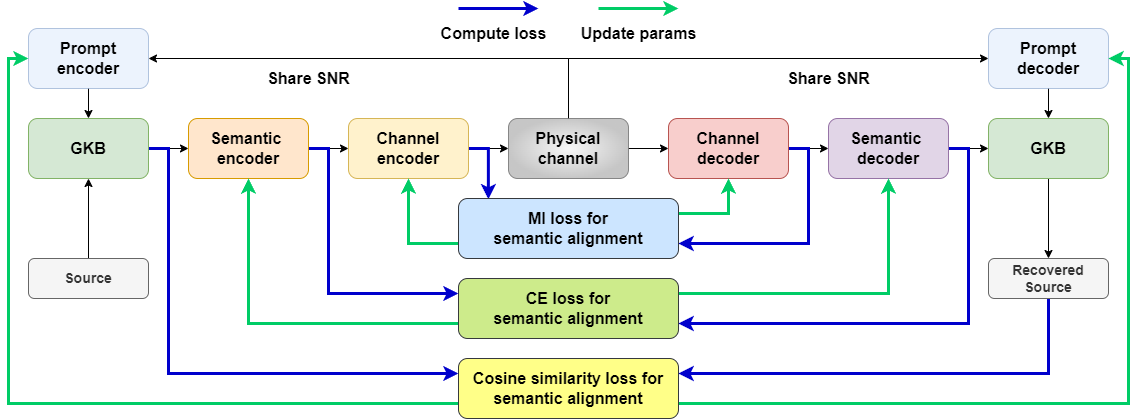
Above: UBC-CSC/GKB2.png in TuuSiwei/paper_image (draw.io), before the change. Source tidied: cells renumbered, new cells last; positions are measured from the earlier drawing's top-left corner, leaving out a move shared by most shapes.
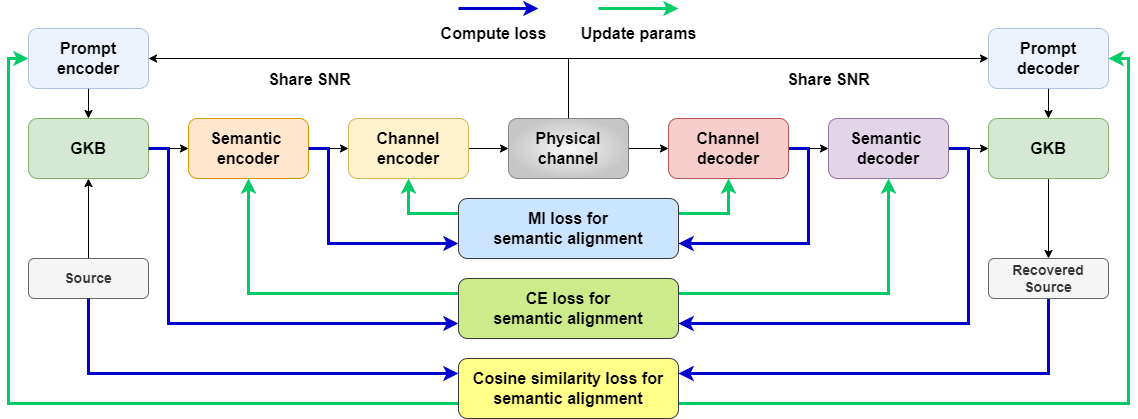
After the commit.

Change to the diagram source:
```diff
@@ -11,11 +11,10 @@
     <mxCell id="4" style="edgeStyle=orthogonalEdgeStyle;rounded=0;jettySize=auto;html=1;exitX=1;exitY=0.5;exitDx=0;exitDy=0;entryX=0;entryY=0.5;entryDx=0;entryDy=0;" parent="1" edge="1" source="6" target="11">
       <mxGeometry relative="1" as="geometry" />
     </mxCell>
-    <mxCell id="5" style="edgeStyle=orthogonalEdgeStyle;rounded=0;jettySize=auto;html=1;exitX=1;exitY=0.5;exitDx=0;exitDy=0;entryX=0;entryY=0.25;entryDx=0;entryDy=0;strokeColor=#0000CC;strokeWidth=3;align=center;verticalAlign=middle;fontFamily=Helvetica;fontSize=11;fontColor=default;labelBackgroundColor=default;endArrow=classic;" parent="1" edge="1" source="6" target="34">
+    <mxCell id="5" style="edgeStyle=orthogonalEdgeStyle;rounded=0;jettySize=auto;html=1;exitX=0.5;exitY=1;exitDx=0;exitDy=0;entryX=0;entryY=0.25;entryDx=0;entryDy=0;strokeColor=#0000CC;strokeWidth=3;align=center;verticalAlign=middle;fontFamily=Helvetica;fontSize=11;fontColor=default;labelBackgroundColor=default;endArrow=classic;" parent="1" edge="1" source="3" target="34">
       <mxGeometry relative="1" as="geometry">
         <Array as="points">
-          <mxPoint x="140" y="140" />
-          <mxPoint x="140" y="365" />
+          <mxPoint x="60" y="365" />
         </Array>
       </mxGeometry>
     </mxCell>
@@ -31,14 +30,14 @@
     <mxCell id="9" style="edgeStyle=orthogonalEdgeStyle;rounded=0;jettySize=auto;html=1;exitX=1;exitY=0.5;exitDx=0;exitDy=0;entryX=0;entryY=0.5;entryDx=0;entryDy=0;" parent="1" edge="1" source="11" target="17">
       <mxGeometry relative="1" as="geometry" />
     </mxCell>
-    <mxCell id="10" style="edgeStyle=orthogonalEdgeStyle;rounded=0;jettySize=auto;html=1;exitX=1;exitY=0.5;exitDx=0;exitDy=0;entryX=0;entryY=0.25;entryDx=0;entryDy=0;strokeColor=#0000CC;strokeWidth=3;align=center;verticalAlign=middle;fontFamily=Helvetica;fontSize=11;fontColor=default;labelBackgroundColor=default;endArrow=classic;" parent="1" edge="1" source="11" target="31">
-      <mxGeometry relative="1" as="geometry">
-        <Array as="points">
-          <mxPoint x="300" y="140" />
-          <mxPoint x="300" y="285" />
-        </Array>
-      </mxGeometry>
-    </mxCell>
+    <mxCell id="46" style="edgeStyle=orthogonalEdgeStyle;rounded=0;jettySize=auto;html=1;exitX=1;exitY=0.5;exitDx=0;exitDy=0;entryX=0;entryY=0.75;entryDx=0;entryDy=0;strokeColor=#0000CC;strokeWidth=3;align=center;verticalAlign=middle;fontFamily=Helvetica;fontSize=11;fontColor=default;labelBackgroundColor=default;endArrow=classic;" parent="1" edge="1" source="6" target="31">
+      <mxGeometry relative="1" as="geometry">
+        <Array as="points">
+          <mxPoint x="140" y="140" />
+          <mxPoint x="140" y="315" />
+        </Array>
+      </mxGeometry>
+    </mxCell>
     <mxCell id="11" value="&lt;span style=&quot;font-size: 16px;&quot;&gt;&lt;b&gt;Semantic&amp;nbsp;&lt;/b&gt;&lt;/span&gt;&lt;div&gt;&lt;b style=&quot;font-size: 16px; background-color: initial;&quot;&gt;encoder&lt;/b&gt;&lt;/div&gt;" style="rounded=1;whiteSpace=wrap;html=1;fillColor=#ffe6cc;strokeColor=#d79b00;" parent="1" vertex="1">
       <mxGeometry x="160" y="110" width="120" height="60" as="geometry" />
     </mxCell>
@@ -59,10 +58,11 @@
     <mxCell id="15" style="edgeStyle=orthogonalEdgeStyle;rounded=0;jettySize=auto;html=1;exitX=1;exitY=0.5;exitDx=0;exitDy=0;entryX=0;entryY=0.5;entryDx=0;entryDy=0;" parent="1" edge="1" source="17" target="43">
       <mxGeometry relative="1" as="geometry" />
     </mxCell>
-    <mxCell id="16" style="edgeStyle=orthogonalEdgeStyle;rounded=0;jettySize=auto;html=1;exitX=1;exitY=0.5;exitDx=0;exitDy=0;entryX=0.136;entryY=0.013;entryDx=0;entryDy=0;entryPerimeter=0;strokeColor=#0000CC;strokeWidth=3;align=center;verticalAlign=middle;fontFamily=Helvetica;fontSize=11;fontColor=default;labelBackgroundColor=default;endArrow=classic;" parent="1" edge="1" source="17" target="28">
+    <mxCell id="16" style="edgeStyle=orthogonalEdgeStyle;rounded=0;jettySize=auto;html=1;exitX=1;exitY=0.5;exitDx=0;exitDy=0;entryX=0;entryY=0.75;entryDx=0;entryDy=0;strokeColor=#0000CC;strokeWidth=3;align=center;verticalAlign=middle;fontFamily=Helvetica;fontSize=11;fontColor=default;labelBackgroundColor=default;endArrow=classic;" parent="1" edge="1" source="11" target="28">
       <mxGeometry relative="1" as="geometry">
         <Array as="points">
-          <mxPoint x="460" y="140" />
+          <mxPoint x="300" y="140" />
+          <mxPoint x="300" y="235" />
         </Array>
       </mxGeometry>
     </mxCell>
@@ -102,19 +102,19 @@
     <mxCell id="25" value="&lt;font style=&quot;font-size: 16px;&quot;&gt;&lt;b&gt;Prompt&lt;/b&gt;&lt;/font&gt;&lt;div&gt;&lt;font style=&quot;font-size: 16px;&quot;&gt;&lt;b&gt;decoder&lt;/b&gt;&lt;/font&gt;&lt;/div&gt;" style="rounded=1;whiteSpace=wrap;html=1;fillColor=#dae8fc;strokeColor=#6c8ebf;opacity=50;" parent="1" vertex="1">
       <mxGeometry x="960" y="20" width="120" height="60" as="geometry" />
     </mxCell>
+    <mxCell id="27" style="edgeStyle=orthogonalEdgeStyle;rounded=0;jettySize=auto;html=1;exitX=1;exitY=0.25;exitDx=0;exitDy=0;entryX=0.5;entryY=1;entryDx=0;entryDy=0;strokeColor=#00CC66;strokeWidth=3;align=center;verticalAlign=middle;fontFamily=Helvetica;fontSize=11;fontColor=default;labelBackgroundColor=default;endArrow=classic;" parent="1" edge="1" source="28" target="20">
+      <mxGeometry relative="1" as="geometry" />
+    </mxCell>
-    <mxCell id="26" style="edgeStyle=orthogonalEdgeStyle;rounded=0;jettySize=auto;html=1;exitX=0;exitY=0.75;exitDx=0;exitDy=0;entryX=0.5;entryY=1;entryDx=0;entryDy=0;strokeColor=#00CC66;strokeWidth=3;align=center;verticalAlign=middle;fontFamily=Helvetica;fontSize=11;fontColor=default;labelBackgroundColor=default;endArrow=classic;" parent="1" edge="1" source="28" target="17">
+    <mxCell id="26" style="edgeStyle=orthogonalEdgeStyle;rounded=0;jettySize=auto;html=1;exitX=0;exitY=0.25;exitDx=0;exitDy=0;entryX=0.5;entryY=1;entryDx=0;entryDy=0;strokeColor=#00CC66;strokeWidth=3;align=center;verticalAlign=middle;fontFamily=Helvetica;fontSize=11;fontColor=default;labelBackgroundColor=default;endArrow=classic;" parent="1" edge="1" source="28" target="17">
       <mxGeometry relative="1" as="geometry" />
     </mxCell>
-    <mxCell id="27" style="edgeStyle=orthogonalEdgeStyle;rounded=0;jettySize=auto;html=1;exitX=1;exitY=0.25;exitDx=0;exitDy=0;entryX=0.5;entryY=1;entryDx=0;entryDy=0;strokeColor=#00CC66;strokeWidth=3;align=center;verticalAlign=middle;fontFamily=Helvetica;fontSize=11;fontColor=default;labelBackgroundColor=default;endArrow=classic;" parent="1" edge="1" source="28" target="20">
-      <mxGeometry relative="1" as="geometry" />
-    </mxCell>
     <mxCell id="28" value="&lt;div&gt;&lt;span style=&quot;font-size: 16px;&quot;&gt;&lt;b&gt;MI loss for&lt;/b&gt;&lt;/span&gt;&lt;/div&gt;&lt;span style=&quot;font-size: 16px;&quot;&gt;&lt;b&gt;semantic&amp;nbsp;&lt;/b&gt;&lt;/span&gt;&lt;b style=&quot;font-size: 16px; background-color: initial;&quot;&gt;alignment&lt;/b&gt;" style="rounded=1;whiteSpace=wrap;html=1;fillColor=#cce5ff;strokeColor=#36393d;" parent="1" vertex="1">
       <mxGeometry x="430" y="190" width="220" height="60" as="geometry" />
     </mxCell>
     <mxCell id="29" style="edgeStyle=orthogonalEdgeStyle;rounded=0;jettySize=auto;html=1;exitX=1;exitY=0.25;exitDx=0;exitDy=0;entryX=0.5;entryY=1;entryDx=0;entryDy=0;strokeColor=#00CC66;strokeWidth=3;align=center;verticalAlign=middle;fontFamily=Helvetica;fontSize=11;fontColor=default;labelBackgroundColor=default;endArrow=classic;" parent="1" edge="1" source="31" target="14">
       <mxGeometry relative="1" as="geometry" />
     </mxCell>
-    <mxCell id="30" style="edgeStyle=orthogonalEdgeStyle;rounded=0;jettySize=auto;html=1;exitX=0;exitY=0.75;exitDx=0;exitDy=0;entryX=0.5;entryY=1;entryDx=0;entryDy=0;strokeColor=#00CC66;strokeWidth=3;align=center;verticalAlign=middle;fontFamily=Helvetica;fontSize=11;fontColor=default;labelBackgroundColor=default;endArrow=classic;" parent="1" edge="1" source="31" target="11">
+    <mxCell id="30" style="edgeStyle=orthogonalEdgeStyle;rounded=0;jettySize=auto;html=1;exitX=0;exitY=0.25;exitDx=0;exitDy=0;entryX=0.5;entryY=1;entryDx=0;entryDy=0;strokeColor=#00CC66;strokeWidth=3;align=center;verticalAlign=middle;fontFamily=Helvetica;fontSize=11;fontColor=default;labelBackgroundColor=default;endArrow=classic;" parent="1" edge="1" source="31" target="11">
       <mxGeometry relative="1" as="geometry" />
     </mxCell>
     <mxCell id="31" value="&lt;div&gt;&lt;span style=&quot;font-size: 16px;&quot;&gt;&lt;b&gt;CE loss for&lt;/b&gt;&lt;/span&gt;&lt;/div&gt;&lt;span style=&quot;font-size: 16px;&quot;&gt;&lt;b&gt;semantic&amp;nbsp;&lt;/b&gt;&lt;/span&gt;&lt;b style=&quot;font-size: 16px; background-color: initial;&quot;&gt;alignment&lt;/b&gt;" style="rounded=1;whiteSpace=wrap;html=1;fillColor=#cdeb8b;strokeColor=#36393d;" parent="1" vertex="1">
```
